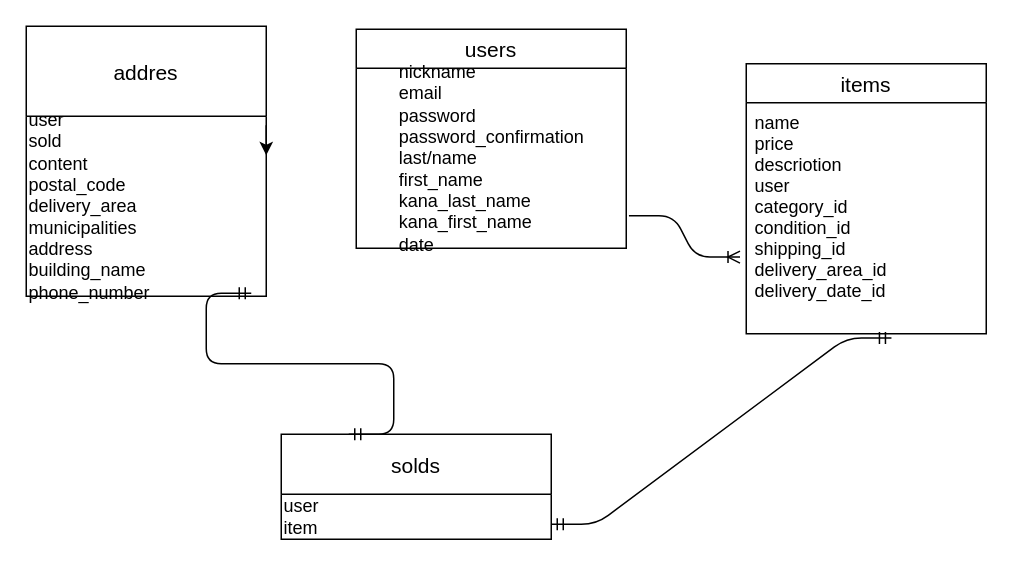
The draw.io diagram test.dio in kurt196794/furima-34258, before the edit. Source tidied: cells renumbered, new cells numbered last; positions are measured from the earlier drawing's top-left corner, leaving out a move shared by most shapes. Both pictures are drawn from the tidied source at 150%, with x=0, y=0 at pixel (26, 26).
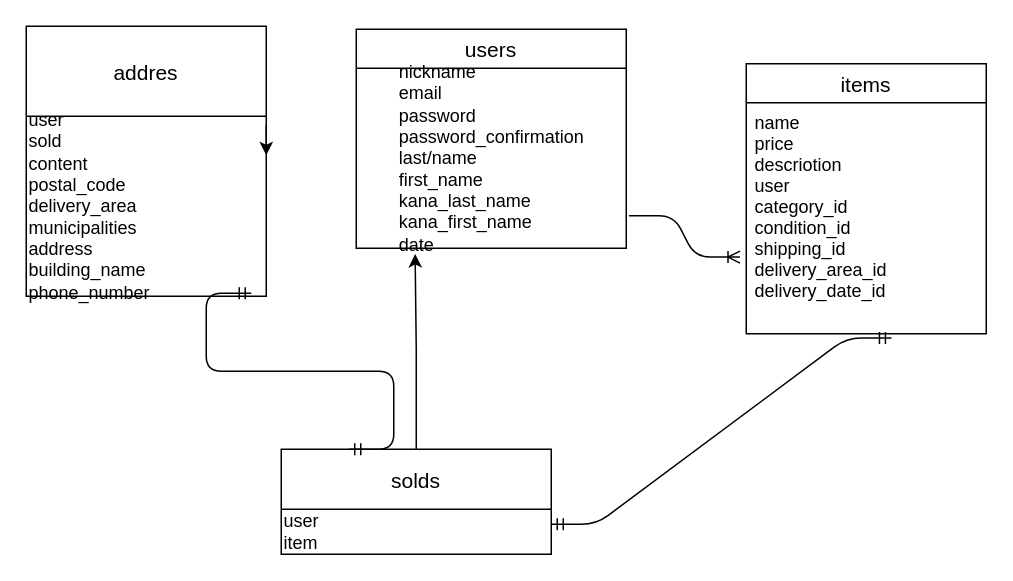
After the change.

The edit, as a diff of the source:
```diff
@@
 <mxGraphModel>
   <root>
     <mxCell id="0" />
     <mxCell id="1" parent="0" />
     <mxCell id="2" value="items" style="swimlane;fontStyle=0;horizontal=1;startSize=26;align=center;fontSize=14;" parent="1" vertex="1">
       <mxGeometry x="480" y="25" width="160" height="180" as="geometry" />
     </mxCell>
     <mxCell id="3" value="name&#10;price&#10;descriotion&#10;user&#10;category_id&#10;condition_id&#10;shipping_id&#10;delivery_area_id&#10;delivery_date_id" style="text;strokeColor=none;fillColor=none;spacingLeft=4;spacingRight=4;overflow=hidden;points=[[0,0.5],[1,0.5]];portConstraint=eastwest;fontSize=12;" parent="2" vertex="1">
       <mxGeometry y="26" width="160" height="154" as="geometry" />
     </mxCell>
     <mxCell id="4" value="addres" style="swimlane;fontStyle=0;horizontal=1;startSize=60;align=center;fontSize=14;" parent="1" vertex="1">
       <mxGeometry width="160" height="180" as="geometry" />
     </mxCell>
     <mxCell id="5" style="edgeStyle=orthogonalEdgeStyle;rounded=0;orthogonalLoop=1;jettySize=auto;html=1;" parent="4" edge="1">
       <mxGeometry relative="1" as="geometry">
         <mxPoint x="160" y="66" as="sourcePoint" />
         <mxPoint x="160" y="86" as="targetPoint" />
       </mxGeometry>
     </mxCell>
     <mxCell id="6" value="user&lt;br&gt;sold&lt;br&gt;content&lt;br&gt;postal_code&lt;br&gt;delivery_area&lt;br&gt;municipalities&lt;br&gt;address&lt;br&gt;building_name&lt;br&gt;phone_number" style="text;html=1;align=left;verticalAlign=middle;" parent="4" vertex="1">
       <mxGeometry y="60" width="160" height="120" as="geometry" />
     </mxCell>
+    <mxCell id="14" style="edgeStyle=orthogonalEdgeStyle;rounded=0;jettySize=auto;html=1;entryX=0.218;entryY=1.032;entryDx=0;entryDy=0;entryPerimeter=0;" parent="1" edge="1" source="7" target="10">
+      <mxGeometry relative="1" as="geometry" />
+    </mxCell>
     <mxCell id="7" value="solds" style="swimlane;fontStyle=0;horizontal=1;startSize=40;align=center;fontSize=14;" parent="1" vertex="1">
-      <mxGeometry x="170" y="272" width="180" height="70" as="geometry" />
+      <mxGeometry x="170" y="282" width="180" height="70" as="geometry" />
     </mxCell>
     <mxCell id="8" value="user&lt;br&gt;item" style="text;html=1;align=left;verticalAlign=middle;" parent="7" vertex="1">
       <mxGeometry y="40" width="180" height="30" as="geometry" />
     </mxCell>
     <mxCell id="9" value="users" style="swimlane;fontStyle=0;horizontal=1;startSize=26;align=center;fontSize=14;" parent="1" vertex="1">
       <mxGeometry x="220" y="2" width="180" height="146" as="geometry" />
     </mxCell>
     <mxCell id="10" value="&lt;div style=&quot;text-align: left&quot;&gt;&lt;span&gt;nickname&lt;/span&gt;&lt;/div&gt;&lt;div style=&quot;text-align: left&quot;&gt;&lt;span&gt;email&lt;/span&gt;&lt;/div&gt;&lt;div style=&quot;text-align: left&quot;&gt;&lt;span&gt;password&lt;/span&gt;&lt;/div&gt;&lt;div style=&quot;text-align: left&quot;&gt;&lt;span&gt;password_confirmation&lt;/span&gt;&lt;/div&gt;&lt;div style=&quot;text-align: left&quot;&gt;&lt;span&gt;last/name&lt;/span&gt;&lt;/div&gt;&lt;div style=&quot;text-align: left&quot;&gt;&lt;span&gt;first_name&lt;/span&gt;&lt;/div&gt;&lt;div style=&quot;text-align: left&quot;&gt;&lt;span&gt;kana_last_name&lt;/span&gt;&lt;/div&gt;&lt;div style=&quot;text-align: left&quot;&gt;&lt;span&gt;kana_first_name&lt;/span&gt;&lt;/div&gt;&lt;div style=&quot;text-align: left&quot;&gt;date&lt;/div&gt;" style="text;html=1;align=center;verticalAlign=middle;points=[];" parent="9" vertex="1">
       <mxGeometry y="26" width="180" height="120" as="geometry" />
     </mxCell>
     <mxCell id="11" style="edgeStyle=entityRelationEdgeStyle;fontSize=12;html=1;endArrow=ERoneToMany;exitX=1.01;exitY=0.819;exitDx=0;exitDy=0;exitPerimeter=0;entryX=-0.026;entryY=0.668;entryDx=0;entryDy=0;entryPerimeter=0;" parent="1" edge="1" source="10" target="3">
       <mxGeometry relative="1" as="geometry" />
     </mxCell>
     <mxCell id="12" style="edgeStyle=entityRelationEdgeStyle;fontSize=12;html=1;endArrow=ERmandOne;startArrow=ERmandOne;entryX=0.605;entryY=1.018;entryDx=0;entryDy=0;entryPerimeter=0;" parent="1" edge="1" target="3">
       <mxGeometry relative="1" as="geometry">
         <mxPoint x="350" y="332" as="sourcePoint" />
       </mxGeometry>
     </mxCell>
     <mxCell id="13" style="edgeStyle=entityRelationEdgeStyle;fontSize=12;html=1;endArrow=ERmandOne;startArrow=ERmandOne;exitX=0.25;exitY=0;exitDx=0;exitDy=0;" parent="1" edge="1" source="7">
       <mxGeometry relative="1" as="geometry">
         <mxPoint x="150" y="178" as="targetPoint" />
       </mxGeometry>
     </mxCell>
   </root>
 </mxGraphModel>
```
